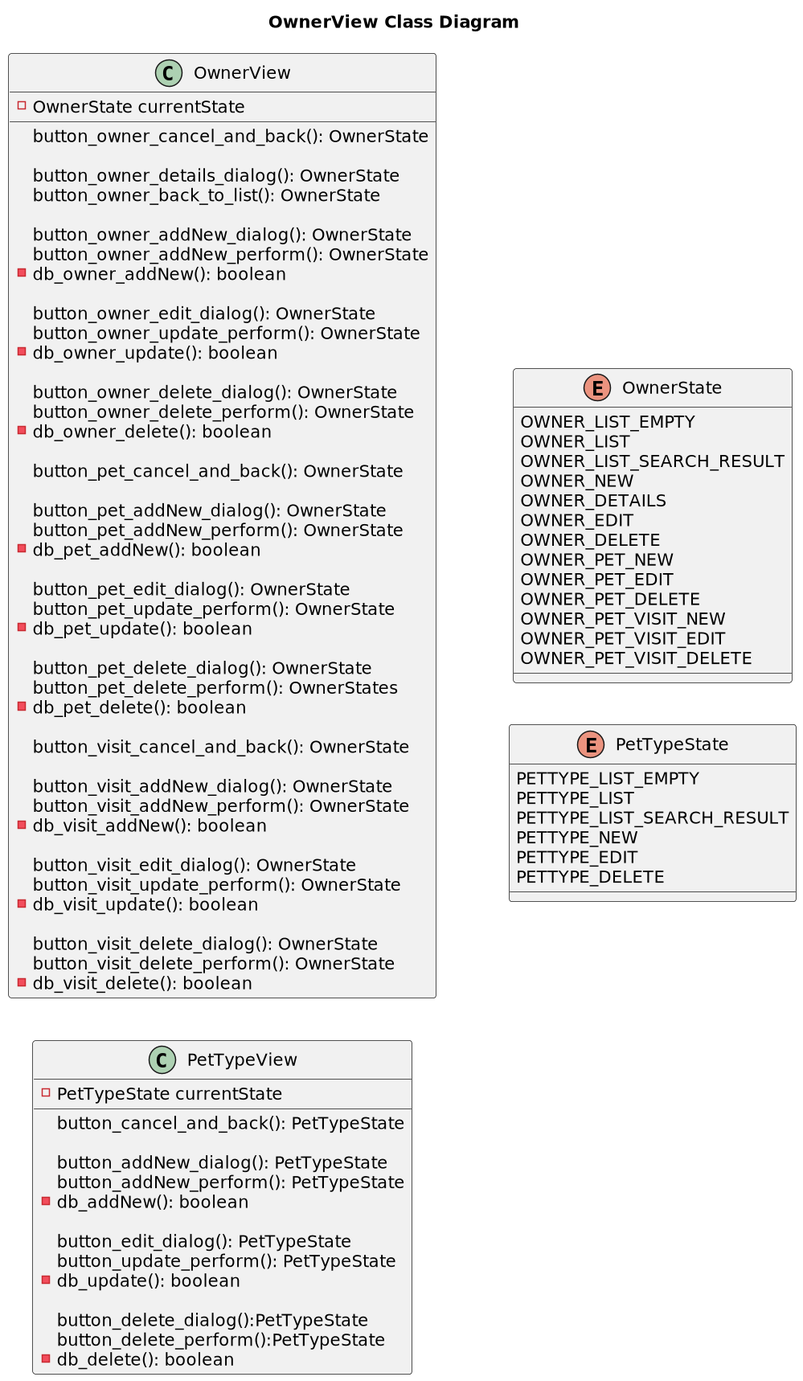
Above: src/main/webapp/img/View__Class-OwnerView_and_PetTypeView_Class_Diagram.png in Jakarta-EE-Petclinic/petclinic-jakartaee (PlantUML), before the change.
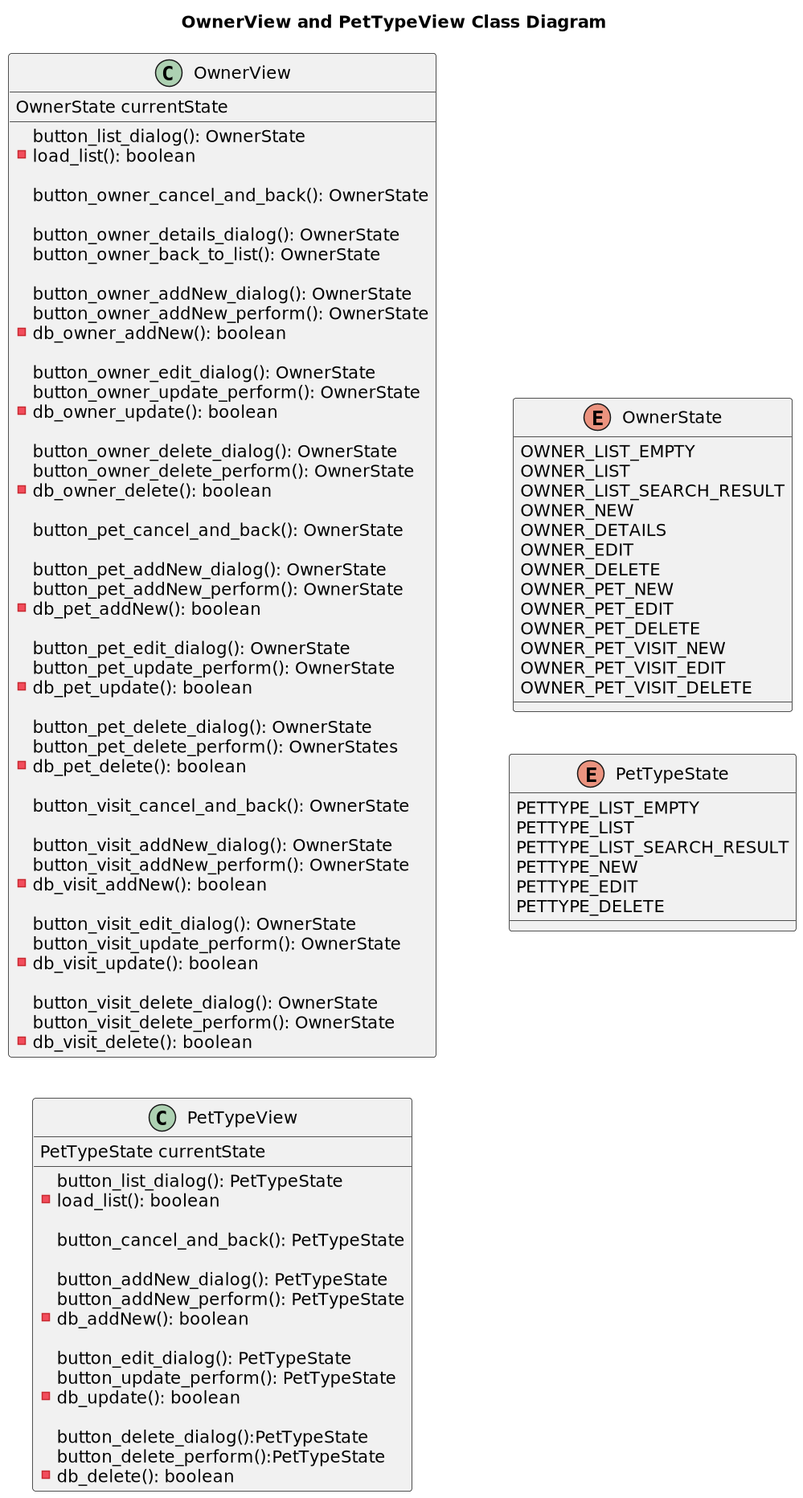
After the commit.

The edit, as a diff of the source:
```diff
@@ -1,7 +1,7 @@
 @startuml
 
 
-title OwnerView Class Diagram
+title OwnerView and PetTypeView Class Diagram
 
 left to right direction
 
@@ -9,7 +9,10 @@
 
 class OwnerView {
 
-    - OwnerState currentState
+    OwnerState currentState
+
+    button_list_dialog(): OwnerState
+    - load_list(): boolean
 
     button_owner_cancel_and_back(): OwnerState
 
@@ -59,7 +62,10 @@
 
 class PetTypeView {
 
-    - PetTypeState currentState
+    PetTypeState currentState
+
+    button_list_dialog(): PetTypeState
+    - load_list(): boolean
 
     button_cancel_and_back(): PetTypeState
 
```
